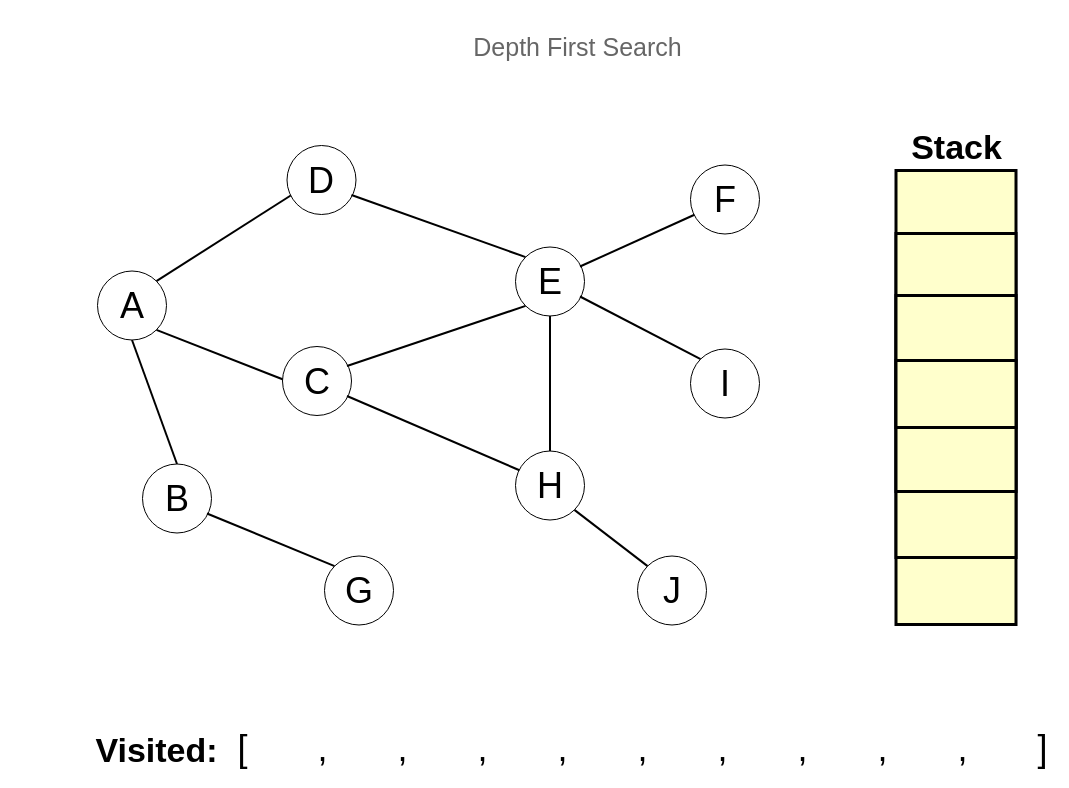
Before: Handouts/Depth-First-Search.drawio in echoaj/TCS_PowerPoints, a draw.io diagram. Source tidied: cells renumbered, new cells numbered last; positions are measured from the earlier drawing's top-left corner, leaving out a move shared by most shapes. Both pictures are drawn from the tidied source at 100%, with x=0, y=0 at pixel (90, 17).
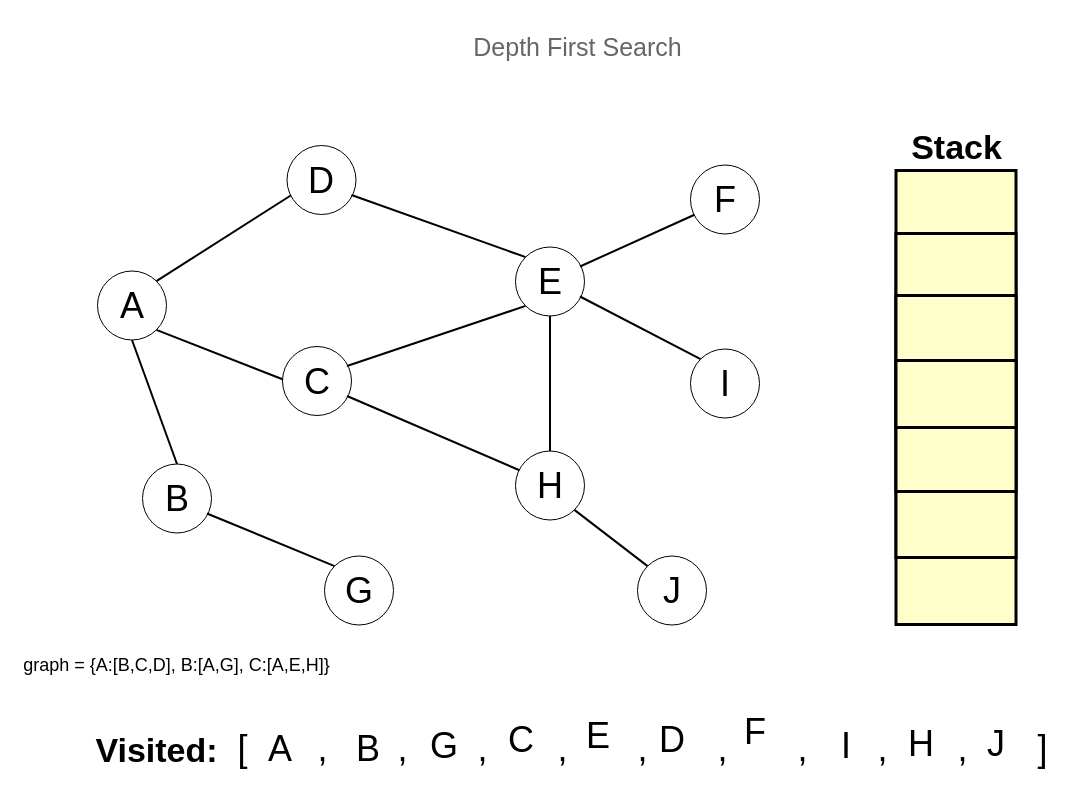
After the change.

The edit, as a diff of the source:
```diff
@@
+    <mxCell id="41" value="&lt;font style=&quot;font-size: 36px&quot;&gt;A&lt;/font&gt;" style="text;html=1;strokeColor=none;fillColor=none;align=center;verticalAlign=middle;whiteSpace=wrap;rounded=0;" parent="1" vertex="1">
+      <mxGeometry x="160" y="715.5" width="60" height="30" as="geometry" />
+    </mxCell>
+    <mxCell id="42" value="&lt;font style=&quot;font-size: 36px&quot;&gt;B&lt;/font&gt;" style="text;html=1;strokeColor=none;fillColor=none;align=center;verticalAlign=middle;whiteSpace=wrap;rounded=0;" parent="1" vertex="1">
+      <mxGeometry x="248" y="715.5" width="60" height="30" as="geometry" />
+    </mxCell>
+    <mxCell id="43" value="&lt;font style=&quot;font-size: 36px&quot;&gt;G&lt;/font&gt;" style="text;html=1;strokeColor=none;fillColor=none;align=center;verticalAlign=middle;whiteSpace=wrap;rounded=0;" parent="1" vertex="1">
+      <mxGeometry x="324" y="713" width="60" height="30" as="geometry" />
+    </mxCell>
+    <mxCell id="44" value="&lt;font style=&quot;font-size: 36px&quot;&gt;C&lt;/font&gt;" style="text;html=1;strokeColor=none;fillColor=none;align=center;verticalAlign=middle;whiteSpace=wrap;rounded=0;" parent="1" vertex="1">
+      <mxGeometry x="401" y="707" width="60" height="30" as="geometry" />
+    </mxCell>
+    <mxCell id="45" value="&lt;font style=&quot;font-size: 36px&quot;&gt;E&lt;/font&gt;" style="text;html=1;strokeColor=none;fillColor=none;align=center;verticalAlign=middle;whiteSpace=wrap;rounded=0;" parent="1" vertex="1">
+      <mxGeometry x="478" y="703" width="60" height="30" as="geometry" />
+    </mxCell>
+    <mxCell id="46" value="&lt;font style=&quot;font-size: 36px&quot;&gt;D&lt;/font&gt;" style="text;html=1;strokeColor=none;fillColor=none;align=center;verticalAlign=middle;whiteSpace=wrap;rounded=0;" parent="1" vertex="1">
+      <mxGeometry x="551.5" y="707" width="60" height="30" as="geometry" />
+    </mxCell>
+    <mxCell id="47" value="&lt;font style=&quot;font-size: 36px&quot;&gt;F&lt;/font&gt;" style="text;html=1;strokeColor=none;fillColor=none;align=center;verticalAlign=middle;whiteSpace=wrap;rounded=0;" parent="1" vertex="1">
+      <mxGeometry x="635" y="699" width="60" height="30" as="geometry" />
+    </mxCell>
+    <mxCell id="48" value="&lt;font style=&quot;font-size: 36px&quot;&gt;I&lt;/font&gt;" style="text;html=1;strokeColor=none;fillColor=none;align=center;verticalAlign=middle;whiteSpace=wrap;rounded=0;" parent="1" vertex="1">
+      <mxGeometry x="726" y="713" width="60" height="30" as="geometry" />
+    </mxCell>
+    <mxCell id="49" value="&lt;font style=&quot;font-size: 36px&quot;&gt;H&lt;/font&gt;" style="text;html=1;strokeColor=none;fillColor=none;align=center;verticalAlign=middle;whiteSpace=wrap;rounded=0;" parent="1" vertex="1">
+      <mxGeometry x="801" y="711" width="60" height="30" as="geometry" />
+    </mxCell>
+    <mxCell id="50" value="&lt;font style=&quot;font-size: 36px&quot;&gt;J&lt;/font&gt;" style="text;html=1;strokeColor=none;fillColor=none;align=center;verticalAlign=middle;whiteSpace=wrap;rounded=0;" parent="1" vertex="1">
+      <mxGeometry x="876" y="711" width="60" height="30" as="geometry" />
+    </mxCell>
+    <mxCell id="51" value="&lt;font style=&quot;font-size: 18px&quot;&gt;graph = {A:[B,C,D], B:[A,G], C:[A,E,H]}&lt;/font&gt;" style="text;html=1;align=center;verticalAlign=middle;strokeColor=none;fillColor=none;" parent="1" vertex="1">
+      <mxGeometry x="-73" y="637" width="317" height="21" as="geometry" />
+    </mxCell>
```
